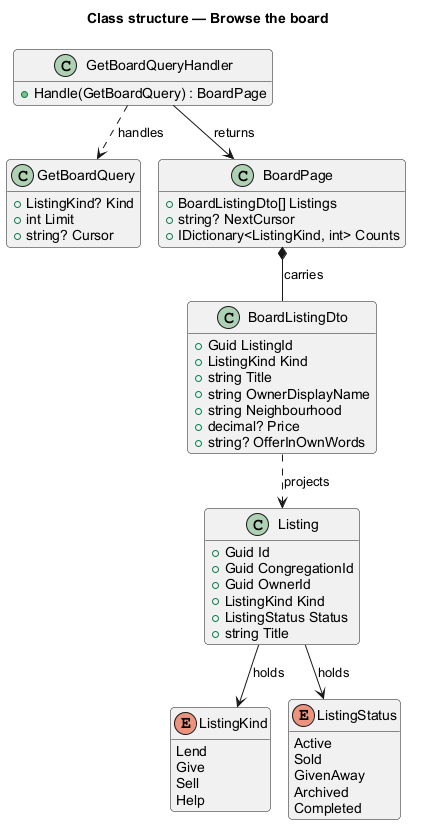
The PlantUML diagram docs/detailed-designs/board/browse-the-board/diagrams/class-structure.png in QuinntyneBrown/Barnabas, before a commit. Its diagram source:
```plantuml
@startuml
!pragma layout smetana
title Class structure — Browse the board
skinparam backgroundColor #FFFFFF
skinparam shadowing false
skinparam roundcorner 8
skinparam defaultFontName Arial
hide empty members

class GetBoardQuery {
  +ListingKind? Kind
  +int Limit
  +string? Cursor
}
class GetBoardQueryHandler {
  +Handle(GetBoardQuery) : BoardPage
}
class BoardPage {
  +BoardListingDto[] Listings
  +string? NextCursor
  +IDictionary<ListingKind, int> Counts
}
class BoardListingDto {
  +Guid ListingId
  +ListingKind Kind
  +string Title
  +string OwnerDisplayName
  +string Neighbourhood
  +decimal? Price
  +string? OfferInOwnWords
}
class Listing {
  +Guid Id
  +Guid CongregationId
  +Guid OwnerId
  +ListingKind Kind
  +ListingStatus Status
  +string Title
}
enum ListingKind {
  Lend
  Give
  Sell
  Help
}
enum ListingStatus {
  Active
  Sold
  GivenAway
  Archived
  Completed
}

GetBoardQueryHandler ..> GetBoardQuery : handles
GetBoardQueryHandler --> BoardPage : returns
BoardPage *-- BoardListingDto : carries
BoardListingDto ..> Listing : projects
Listing --> ListingKind : holds
Listing --> ListingStatus : holds
@enduml
```
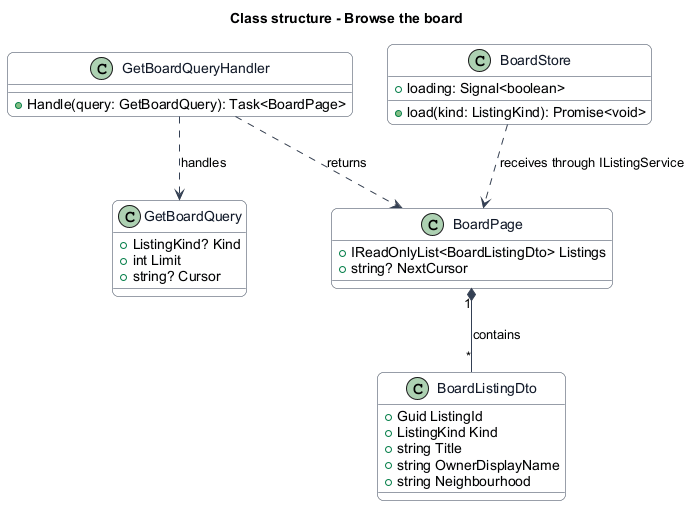
The same diagram one commit later.

The edit, as a diff of the source:
```diff
@@ -1,24 +1,35 @@
 @startuml
-!pragma layout smetana
-title Class structure — Browse the board
 skinparam backgroundColor #FFFFFF
 skinparam shadowing false
-skinparam roundcorner 8
+skinparam roundcorner 12
 skinparam defaultFontName Arial
-hide empty members
-
+skinparam ArrowColor #344054
+skinparam rectangle {
+  BorderColor #344054
+  FontColor #101828
+}
+skinparam package {
+  BorderColor #667085
+  FontColor #101828
+  BackgroundColor #F9FAFB
+}
+skinparam class {
+  BorderColor #344054
+  FontColor #101828
+  BackgroundColor #F9FAFB
+}
+title Class structure - Browse the board
 class GetBoardQuery {
   +ListingKind? Kind
   +int Limit
   +string? Cursor
 }
 class GetBoardQueryHandler {
-  +Handle(GetBoardQuery) : BoardPage
+  +Handle(query: GetBoardQuery): Task<BoardPage>
 }
 class BoardPage {
-  +BoardListingDto[] Listings
+  +IReadOnlyList<BoardListingDto> Listings
   +string? NextCursor
-  +IDictionary<ListingKind, int> Counts
 }
 class BoardListingDto {
   +Guid ListingId
@@ -26,35 +37,13 @@
   +string Title
   +string OwnerDisplayName
   +string Neighbourhood
-  +decimal? Price
-  +string? OfferInOwnWords
 }
-class Listing {
-  +Guid Id
-  +Guid CongregationId
-  +Guid OwnerId
-  +ListingKind Kind
-  +ListingStatus Status
-  +string Title
+class BoardStore {
+  +loading: Signal<boolean>
+  +load(kind: ListingKind): Promise<void>
 }
-enum ListingKind {
-  Lend
-  Give
-  Sell
-  Help
-}
-enum ListingStatus {
-  Active
-  Sold
-  GivenAway
-  Archived
-  Completed
-}
-
 GetBoardQueryHandler ..> GetBoardQuery : handles
-GetBoardQueryHandler --> BoardPage : returns
-BoardPage *-- BoardListingDto : carries
-BoardListingDto ..> Listing : projects
-Listing --> ListingKind : holds
-Listing --> ListingStatus : holds
+GetBoardQueryHandler ..> BoardPage : returns
+BoardPage "1" *-- "*" BoardListingDto : contains
+BoardStore ..> BoardPage : receives through IListingService
 @enduml
```
